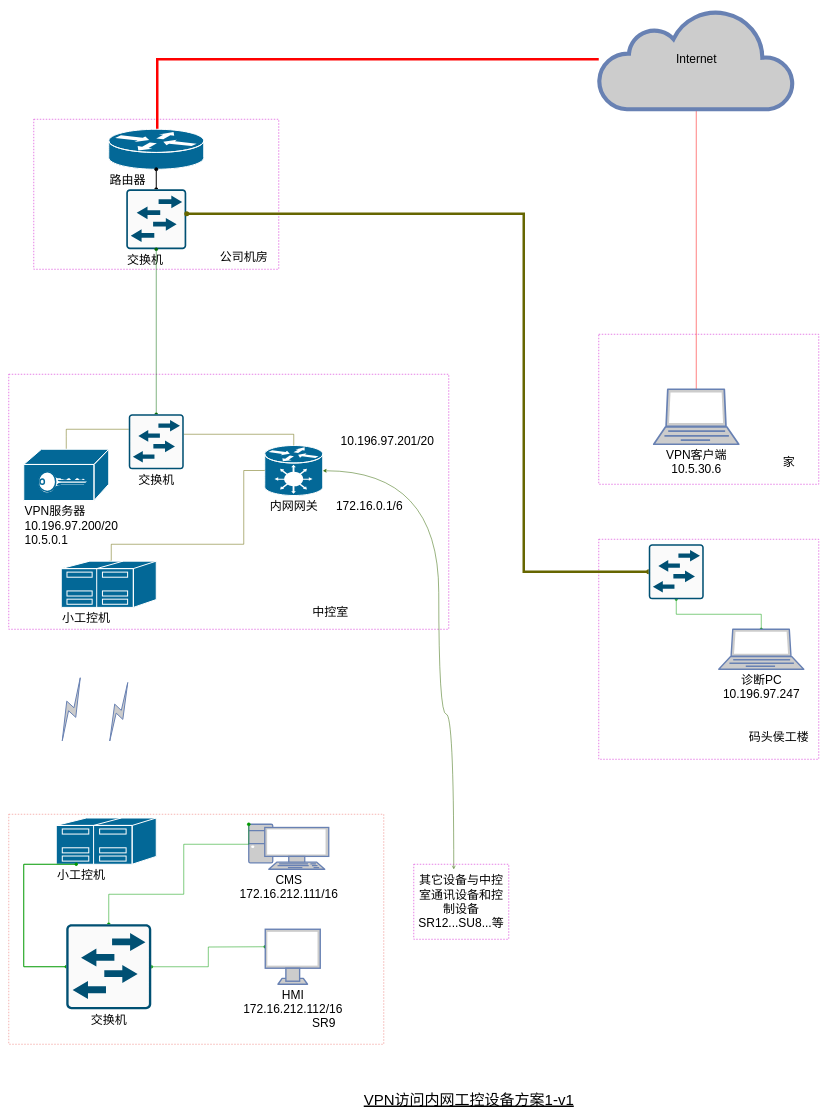
LockeJet/dopamineplz.github.io keeps this draw.io diagram as VPN访问内网工控设备方案1-v1.drawio. Above is the earlier version. Source tidied: cells renumbered, new cells numbered last; positions are measured from the earlier drawing's top-left corner, leaving out a move shared by most shapes. Both pictures are drawn from the tidied source at 50%, with x=0, y=0 at pixel (8, 9).
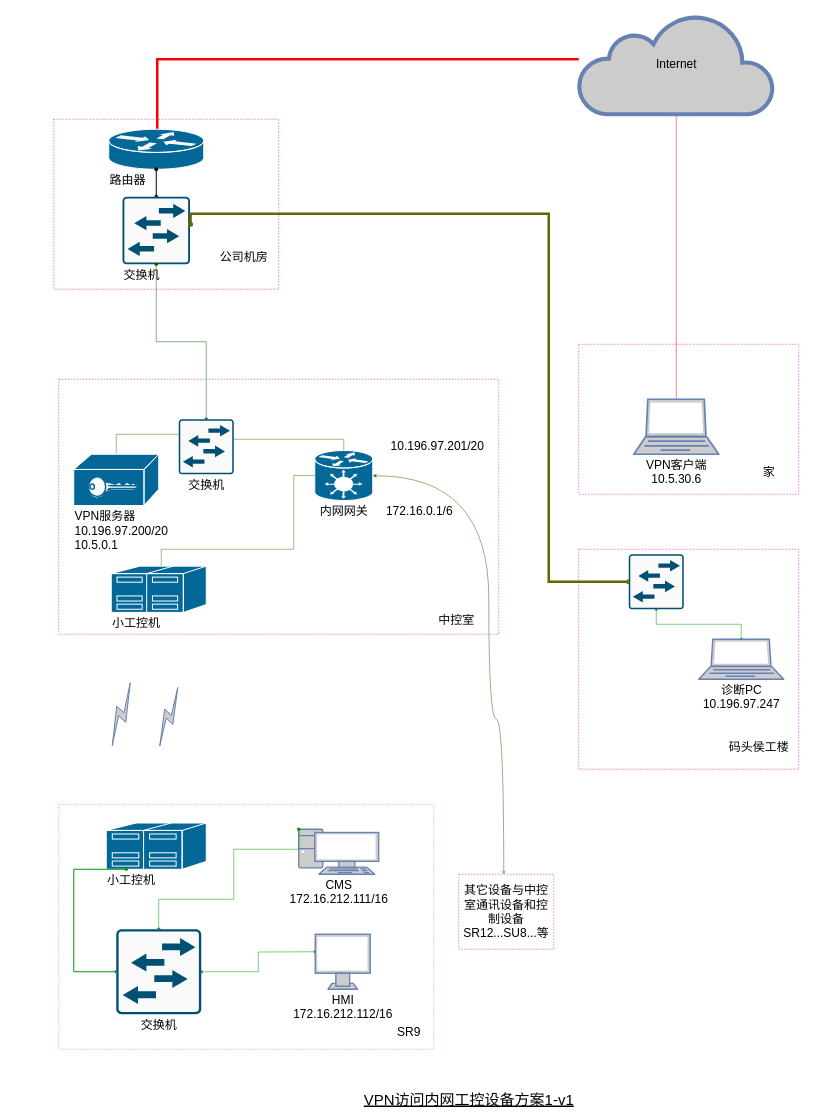
After the change.

Commit message (it also covers changes not shown here):
Update VPN访问内网工控设备方案1-v1.drawio

Diff of the diagram source:
```diff
@@
     <mxCell id="2" style="rounded=0;whiteSpace=wrap;html=1;fillColor=none;dashed=1;strokeColor=#CC00CC;fontSize=24;" parent="1" vertex="1">
-      <mxGeometry y="730" width="880" height="510" as="geometry" />
+      <mxGeometry x="100" y="740" width="880" height="510" as="geometry" />
     </mxCell>
     <mxCell id="3" style="rounded=0;whiteSpace=wrap;html=1;fillColor=none;dashed=1;strokeColor=#CC00CC;fontSize=24;" parent="1" vertex="1">
-      <mxGeometry x="50" y="220" width="490" height="300" as="geometry" />
+      <mxGeometry x="90" y="220" width="450" height="340" as="geometry" />
     </mxCell>
     <mxCell id="4" style="rounded=0;whiteSpace=wrap;html=1;fillColor=none;dashed=1;strokeColor=#CC00CC;fontSize=24;" parent="1" vertex="1">
-      <mxGeometry x="1180" y="1060" width="440" height="440" as="geometry" />
+      <mxGeometry x="1140" y="1080" width="440" height="440" as="geometry" />
     </mxCell>
     <mxCell id="5" style="rounded=0;whiteSpace=wrap;html=1;fillColor=none;dashed=1;fontSize=24;strokeColor=#EA6B66;" parent="1" vertex="1">
-      <mxGeometry y="1610" width="750" height="460" as="geometry" />
+      <mxGeometry x="100" y="1590" width="750" height="490" as="geometry" />
     </mxCell>
     <mxCell id="6" style="rounded=0;whiteSpace=wrap;html=1;fillColor=none;dashed=1;strokeColor=#CC00CC;fontSize=24;" parent="1" vertex="1">
-      <mxGeometry x="1180" y="650" width="440" height="300" as="geometry" />
+      <mxGeometry x="1140" y="670" width="440" height="300" as="geometry" />
     </mxCell>
@@
     <mxCell id="8" value="&lt;div style=&quot;font-size: 24px;&quot;&gt;&lt;font style=&quot;font-size: 24px;&quot;&gt;VPN客户端&lt;/font&gt;&lt;/div&gt;&lt;div style=&quot;font-size: 24px;&quot;&gt;&lt;font style=&quot;font-size: 24px;&quot;&gt;10.5.30.6&lt;br style=&quot;font-size: 24px;&quot;&gt;&lt;/font&gt;&lt;/div&gt;" style="verticalAlign=top;verticalLabelPosition=bottom;labelPosition=center;align=center;html=1;outlineConnect=0;fillColor=#CCCCCC;strokeColor=#6881B3;gradientColor=none;gradientDirection=north;strokeWidth=2;shape=mxgraph.networks.laptop;fontSize=24;" parent="1" vertex="1">
-      <mxGeometry x="1290" y="760" width="170" height="110" as="geometry" />
+      <mxGeometry x="1250" y="780" width="170" height="110" as="geometry" />
     </mxCell>
     <mxCell id="9" style="jettySize=auto;html=1;endArrow=classic;endFill=1;shadow=0;sketch=0;rounded=0;endSize=5;startSize=5;startArrow=open;startFill=0;strokeColor=#336600;fontSize=24;edgeStyle=orthogonalEdgeStyle;curved=1;strokeWidth=1;" parent="1" edge="1" target="11">
       <mxGeometry relative="1" as="geometry">
-        <mxPoint x="890" y="1720" as="sourcePoint" />
+        <mxPoint x="990" y="1730" as="sourcePoint" />
         <Array as="points">
-          <mxPoint x="860" y="1410" />
-          <mxPoint x="860" y="923" />
+          <mxPoint x="960" y="1420" />
+          <mxPoint x="960" y="933" />
         </Array>
       </mxGeometry>
     </mxCell>
     <mxCell id="10" value="&lt;font style=&quot;font-size: 24px;&quot;&gt;Internet&lt;/font&gt;" style="html=1;outlineConnect=0;fillColor=#CCCCCC;strokeColor=#6881B3;gradientColor=none;gradientDirection=north;strokeWidth=2;shape=mxgraph.networks.cloud;fontSize=24;" parent="1" vertex="1">
-      <mxGeometry x="1180" width="390" height="200" as="geometry" />
+      <mxGeometry x="1140" y="10" width="390" height="200" as="geometry" />
     </mxCell>
     <mxCell id="11" value="&lt;div align=&quot;center&quot;&gt;内网网关&lt;/div&gt;" style="shape=mxgraph.cisco.hubs_and_gateways.generic_gateway;html=1;dashed=0;fillColor=#036897;strokeColor=#ffffff;strokeWidth=2;verticalLabelPosition=bottom;verticalAlign=top;align=center;outlineConnect=0;fontSize=24;" parent="1" vertex="1">
-      <mxGeometry x="512" y="872.5" width="116" height="100" as="geometry" />
+      <mxGeometry x="612" y="882.5" width="116" height="100" as="geometry" />
     </mxCell>
     <mxCell id="12" style="edgeStyle=orthogonalEdgeStyle;rounded=0;sketch=0;jettySize=auto;html=1;exitX=0.5;exitY=0;exitDx=0;exitDy=0;exitPerimeter=0;shadow=0;startArrow=oval;startFill=1;startSize=0;endArrow=oval;endFill=1;endSize=0;fontFamily=Helvetica;fontSize=24;strokeColor=#666600;" parent="1" edge="1" source="13">
       <mxGeometry relative="1" as="geometry">
-        <mxPoint x="270" y="920" as="targetPoint" />
+        <mxPoint x="370" y="930" as="targetPoint" />
         <Array as="points">
-          <mxPoint x="115" y="854" />
-          <mxPoint x="115" y="840" />
-          <mxPoint x="270" y="840" />
+          <mxPoint x="215" y="864" />
+          <mxPoint x="215" y="850" />
+          <mxPoint x="370" y="850" />
         </Array>
       </mxGeometry>
     </mxCell>
     <mxCell id="13" value="&lt;div style=&quot;font-size: 24px;&quot; align=&quot;left&quot;&gt;VPN服务器&lt;/div&gt;&lt;div style=&quot;font-size: 24px;&quot; align=&quot;left&quot;&gt;10.196.97.200/20&lt;/div&gt;&lt;div style=&quot;font-size: 24px;&quot; align=&quot;left&quot;&gt;10.5.0.1&lt;br style=&quot;font-size: 24px;&quot;&gt;&lt;/div&gt;" style="shape=mxgraph.cisco.hubs_and_gateways.vpn_gateway;html=1;dashed=0;fillColor=#036897;strokeColor=#ffffff;strokeWidth=2;verticalLabelPosition=bottom;verticalAlign=top;align=left;outlineConnect=0;fontSize=24;" parent="1" vertex="1">
-      <mxGeometry x="30" y="880" width="170" height="102.5" as="geometry" />
+      <mxGeometry x="130" y="890" width="170" height="102.5" as="geometry" />
     </mxCell>
     <mxCell id="14" value="172.16.0.1/6" style="edgeLabel;html=1;align=center;verticalAlign=middle;fontSize=24;" parent="1" vertex="1">
-      <mxGeometry x="660" y="982.5" as="geometry">
+      <mxGeometry x="760" y="992.5" as="geometry">
         <mxPoint x="60" y="10" as="offset" />
       </mxGeometry>
     </mxCell>
     <mxCell id="15" value="10.196.97.201/20" style="text;html=1;align=center;verticalAlign=middle;fontFamily=Helvetica;fontSize=24;" parent="1" vertex="1">
-      <mxGeometry x="657" y="848.5" width="200" height="30" as="geometry" />
+      <mxGeometry x="757" y="858.5" width="200" height="30" as="geometry" />
     </mxCell>
     <mxCell id="16" style="edgeStyle=orthogonalEdgeStyle;rounded=0;sketch=0;jettySize=auto;html=1;exitX=0.5;exitY=0;exitDx=0;exitDy=0;exitPerimeter=0;shadow=0;startArrow=oval;startFill=1;startSize=0;endArrow=oval;endFill=1;endSize=0;fontSize=24;entryX=0;entryY=0.5;entryDx=0;entryDy=0;entryPerimeter=0;strokeColor=#666600;" parent="1" edge="1" source="18" target="11">
       <mxGeometry relative="1" as="geometry">
         <Array as="points">
-          <mxPoint x="205" y="1070" />
-          <mxPoint x="470" y="1070" />
-          <mxPoint x="470" y="923" />
+          <mxPoint x="305" y="1080" />
+          <mxPoint x="570" y="1080" />
+          <mxPoint x="570" y="933" />
         </Array>
       </mxGeometry>
     </mxCell>
     <mxCell id="17" value="小工控机" style="shape=mxgraph.cisco.servers.standard_host;html=1;dashed=0;fillColor=#036897;strokeColor=#ffffff;strokeWidth=2;verticalLabelPosition=bottom;verticalAlign=top;align=left;fontSize=24;" parent="1" vertex="1">
-      <mxGeometry x="95" y="1617.5" width="200" height="92.5" as="geometry" />
+      <mxGeometry x="195" y="1627.5" width="200" height="92.5" as="geometry" />
     </mxCell>
     <mxCell id="18" value="小工控机" style="shape=mxgraph.cisco.servers.standard_host;html=1;dashed=0;fillColor=#036897;strokeColor=#ffffff;strokeWidth=2;verticalLabelPosition=bottom;verticalAlign=top;align=left;outlineConnect=0;fontSize=24;" parent="1" vertex="1">
-      <mxGeometry x="105" y="1103.8" width="190" height="92.5" as="geometry" />
+      <mxGeometry x="205" y="1113.8" width="190" height="92.5" as="geometry" />
     </mxCell>
     <mxCell id="19" value="&lt;div style=&quot;font-size: 24px;&quot;&gt;CMS&lt;br style=&quot;font-size: 24px;&quot;&gt;&lt;/div&gt;&lt;div style=&quot;font-size: 24px;&quot;&gt;172.16.212.111/16&lt;br style=&quot;font-size: 24px;&quot;&gt;&lt;/div&gt;" style="verticalAlign=top;verticalLabelPosition=bottom;labelPosition=center;align=center;html=1;outlineConnect=0;fillColor=#CCCCCC;strokeColor=#6881B3;gradientColor=none;gradientDirection=north;strokeWidth=2;shape=mxgraph.networks.pc;fontSize=24;" parent="1" vertex="1">
-      <mxGeometry x="480" y="1630" width="160" height="90" as="geometry" />
+      <mxGeometry x="580" y="1640" width="160" height="90" as="geometry" />
     </mxCell>
     <mxCell id="20" style="edgeStyle=orthogonalEdgeStyle;rounded=0;sketch=0;jettySize=auto;html=1;entryX=0.5;entryY=0;entryDx=0;entryDy=0;entryPerimeter=0;shadow=0;startArrow=oval;startFill=1;startSize=0;endArrow=oval;endFill=1;endSize=0;fontFamily=Helvetica;fontSize=24;strokeColor=#666600;" parent="1" edge="1" target="11">
       <mxGeometry relative="1" as="geometry">
-        <mxPoint x="316" y="920" as="sourcePoint" />
+        <mxPoint x="416" y="930" as="sourcePoint" />
         <Array as="points">
-          <mxPoint x="316" y="850" />
-          <mxPoint x="570" y="850" />
+          <mxPoint x="416" y="860" />
+          <mxPoint x="670" y="860" />
         </Array>
       </mxGeometry>
     </mxCell>
@@
-    <mxCell id="25" value="&lt;div style=&quot;font-size: 24px;&quot; align=&quot;left&quot;&gt;交换机&lt;br style=&quot;font-size: 24px;&quot;&gt;&lt;/div&gt;" style="points=[[0.015,0.015,0],[0.985,0.015,0],[0.985,0.985,0],[0.015,0.985,0],[0.25,0,0],[0.5,0,0],[0.75,0,0],[1,0.25,0],[1,0.5,0],[1,0.75,0],[0.75,1,0],[0.5,1,0],[0.25,1,0],[0,0.75,0],[0,0.5,0],[0,0.25,0]];verticalLabelPosition=bottom;html=1;verticalAlign=top;align=left;shape=mxgraph.cisco19.rect;prIcon=l2_switch;fillColor=#FAFAFA;strokeColor=#005073;fontSize=24;" parent="1" vertex="1">
-      <mxGeometry x="235" y="360" width="120" height="120" as="geometry" />
+    <mxCell id="25" value="&lt;div style=&quot;font-size: 24px&quot; align=&quot;left&quot;&gt;交换机&lt;br style=&quot;font-size: 24px&quot;&gt;&lt;/div&gt;" style="points=[[0.015,0.015,0],[0.985,0.015,0],[0.985,0.985,0],[0.015,0.985,0],[0.25,0,0],[0.5,0,0],[0.75,0,0],[1,0.25,0],[1,0.5,0],[1,0.75,0],[0.75,1,0],[0.5,1,0],[0.25,1,0],[0,0.75,0],[0,0.5,0],[0,0.25,0]];verticalLabelPosition=bottom;html=1;verticalAlign=top;align=left;shape=mxgraph.cisco19.rect;prIcon=l2_switch;fillColor=#FAFAFA;strokeColor=#005073;fontSize=24;" parent="1" vertex="1">
+      <mxGeometry x="227.5" y="375" width="135" height="135" as="geometry" />
     </mxCell>
@@
     <mxCell id="27" value="交换机" style="points=[[0.015,0.015,0],[0.985,0.015,0],[0.985,0.985,0],[0.015,0.985,0],[0.25,0,0],[0.5,0,0],[0.75,0,0],[1,0.25,0],[1,0.5,0],[1,0.75,0],[0.75,1,0],[0.5,1,0],[0.25,1,0],[0,0.75,0],[0,0.5,0],[0,0.25,0]];verticalLabelPosition=bottom;html=1;verticalAlign=top;align=center;shape=mxgraph.cisco19.rect;prIcon=l2_switch;fillColor=#FAFAFA;strokeColor=#005073;fontSize=24;" parent="1" vertex="1">
-      <mxGeometry x="240" y="810" width="110" height="110" as="geometry" />
+      <mxGeometry x="340" y="820" width="110" height="110" as="geometry" />
     </mxCell>
@@
     <mxCell id="29" style="html=1;outlineConnect=0;fillColor=#CCCCCC;strokeColor=#6881B3;gradientColor=none;gradientDirection=north;strokeWidth=2;shape=mxgraph.networks.comm_link_edge;html=1;startArrow=oval;startFill=1;endArrow=oval;endFill=1;fontSize=24;" parent="1" edge="1">
       <mxGeometry relative="1" as="geometry">
-        <mxPoint x="200" y="1470" as="sourcePoint" />
-        <mxPoint x="240" y="1340" as="targetPoint" />
+        <mxPoint x="300" y="1480" as="sourcePoint" />
+        <mxPoint x="340" y="1350" as="targetPoint" />
       </mxGeometry>
     </mxCell>
     <mxCell id="30" style="html=1;outlineConnect=0;fillColor=#CCCCCC;strokeColor=#6881B3;gradientColor=none;gradientDirection=north;strokeWidth=2;shape=mxgraph.networks.comm_link_edge;html=1;startArrow=oval;startFill=1;endArrow=oval;endFill=1;fontSize=24;" parent="1" edge="1">
       <mxGeometry relative="1" as="geometry">
-        <mxPoint x="105" y="1470" as="sourcePoint" />
-        <mxPoint x="145" y="1330" as="targetPoint" />
+        <mxPoint x="205" y="1480" as="sourcePoint" />
+        <mxPoint x="245" y="1340" as="targetPoint" />
       </mxGeometry>
     </mxCell>
     <mxCell id="31" value="中控室" style="text;html=1;align=center;verticalAlign=middle;fontSize=24;" parent="1" vertex="1">
-      <mxGeometry x="598" y="1190" width="90" height="30" as="geometry" />
+      <mxGeometry x="850" y="1206.2" width="90" height="30" as="geometry" />
     </mxCell>
     <mxCell id="32" value="SR9" style="text;html=1;align=center;verticalAlign=middle;fontSize=24;" parent="1" vertex="1">
-      <mxGeometry x="600" y="2011.5" width="60" height="30" as="geometry" />
+      <mxGeometry x="770" y="2030" width="60" height="30" as="geometry" />
     </mxCell>
     <mxCell id="33" style="edgeStyle=orthogonalEdgeStyle;rounded=0;jettySize=auto;html=1;entryX=0;entryY=0;entryDx=0;entryDy=0;entryPerimeter=0;startArrow=oval;startFill=1;endArrow=oval;endFill=1;fontSize=24;strokeColor=#009900;" parent="1" edge="1" source="36" target="19">
       <mxGeometry relative="1" as="geometry">
         <Array as="points">
-          <mxPoint x="200" y="1770" />
-          <mxPoint x="350" y="1770" />
-          <mxPoint x="350" y="1670" />
-          <mxPoint x="480" y="1670" />
+          <mxPoint x="300" y="1780" />
+          <mxPoint x="450" y="1780" />
+          <mxPoint x="450" y="1680" />
+          <mxPoint x="580" y="1680" />
         </Array>
       </mxGeometry>
     </mxCell>
     <mxCell id="34" style="edgeStyle=orthogonalEdgeStyle;rounded=0;jettySize=auto;html=1;startArrow=oval;startFill=1;endArrow=oval;endFill=1;fontSize=24;strokeColor=#009900;" parent="1" edge="1" source="36">
       <mxGeometry relative="1" as="geometry">
-        <mxPoint x="513.1" y="1875" as="targetPoint" />
+        <mxPoint x="613.1" y="1885" as="targetPoint" />
       </mxGeometry>
     </mxCell>
     <mxCell id="35" style="edgeStyle=orthogonalEdgeStyle;rounded=0;jettySize=auto;html=1;startArrow=oval;startFill=1;startSize=5;endArrow=oval;endFill=1;endSize=5;strokeWidth=2;fontSize=24;strokeColor=#009900;" parent="1" edge="1" source="36">
       <mxGeometry relative="1" as="geometry">
-        <mxPoint x="135" y="1710" as="targetPoint" />
+        <mxPoint x="235" y="1720" as="targetPoint" />
         <Array as="points">
-          <mxPoint x="30" y="1915" />
-          <mxPoint x="30" y="1710" />
+          <mxPoint x="130" y="1925" />
+          <mxPoint x="130" y="1720" />
         </Array>
       </mxGeometry>
     </mxCell>
     <mxCell id="36" value="交换机" style="points=[[0.015,0.015,0],[0.985,0.015,0],[0.985,0.985,0],[0.015,0.985,0],[0.25,0,0],[0.5,0,0],[0.75,0,0],[1,0.25,0],[1,0.5,0],[1,0.75,0],[0.75,1,0],[0.5,1,0],[0.25,1,0],[0,0.75,0],[0,0.5,0],[0,0.25,0]];verticalLabelPosition=bottom;html=1;verticalAlign=top;align=center;shape=mxgraph.cisco19.rect;prIcon=l2_switch;fillColor=#FAFAFA;strokeColor=#005073;dashed=1;fontSize=24;" parent="1" vertex="1">
-      <mxGeometry x="115" y="1830" width="170" height="170" as="geometry" />
+      <mxGeometry x="215" y="1840" width="170" height="170" as="geometry" />
     </mxCell>
     <mxCell id="37" value="&lt;div style=&quot;font-size: 24px;&quot;&gt;HMI&lt;/div&gt;&lt;div style=&quot;font-size: 24px;&quot;&gt;172.16.212.112/16&lt;br style=&quot;font-size: 24px;&quot;&gt;&lt;/div&gt;" style="verticalAlign=top;verticalLabelPosition=bottom;labelPosition=center;align=center;html=1;fillColor=#CCCCCC;strokeColor=#6881B3;gradientColor=none;gradientDirection=north;strokeWidth=2;shape=mxgraph.networks.monitor;fontSize=24;" parent="1" vertex="1">
-      <mxGeometry x="513" y="1840" width="110" height="110" as="geometry" />
+      <mxGeometry x="613" y="1850" width="110" height="110" as="geometry" />
     </mxCell>
     <mxCell id="38" value="&lt;div style=&quot;font-size: 24px;&quot;&gt;其它设备与中控室通讯设备和控制设备&lt;/div&gt;&lt;div style=&quot;font-size: 24px;&quot;&gt;SR12...SU8...等&lt;br style=&quot;font-size: 24px;&quot;&gt;&lt;/div&gt;" style="whiteSpace=wrap;html=1;dashed=1;strokeColor=#CC00CC;fillColor=none;fontSize=24;" parent="1" vertex="1">
-      <mxGeometry x="810" y="1710" width="190" height="150" as="geometry" />
+      <mxGeometry x="900" y="1730" width="190" height="150" as="geometry" />
     </mxCell>
     <mxCell id="39" value="家" style="text;html=1;align=center;verticalAlign=middle;fontSize=24;" parent="1" vertex="1">
-      <mxGeometry x="1540" y="890" width="40" height="30" as="geometry" />
+      <mxGeometry x="1500" y="910" width="40" height="30" as="geometry" />
     </mxCell>
     <mxCell id="40" style="rounded=0;jettySize=auto;html=1;exitX=0;exitY=0.5;exitDx=0;exitDy=0;exitPerimeter=0;startArrow=oval;startFill=1;startSize=5;endArrow=oval;endFill=1;endSize=5;strokeWidth=5;fontSize=24;edgeStyle=orthogonalEdgeStyle;strokeColor=#666600;entryX=1.008;entryY=0.408;entryDx=0;entryDy=0;entryPerimeter=0;" parent="1" edge="1" source="42" target="25">
       <mxGeometry relative="1" as="geometry">
         <Array as="points">
-          <mxPoint x="1030" y="1125" />
-          <mxPoint x="1030" y="409" />
+          <mxPoint x="1080" y="1145" />
+          <mxPoint x="1080" y="409" />
         </Array>
       </mxGeometry>
     </mxCell>
@@
     <mxCell id="42" style="points=[[0.015,0.015,0],[0.985,0.015,0],[0.985,0.985,0],[0.015,0.985,0],[0.25,0,0],[0.5,0,0],[0.75,0,0],[1,0.25,0],[1,0.5,0],[1,0.75,0],[0.75,1,0],[0.5,1,0],[0.25,1,0],[0,0.75,0],[0,0.5,0],[0,0.25,0]];verticalLabelPosition=bottom;html=1;verticalAlign=top;align=center;shape=mxgraph.cisco19.rect;prIcon=l2_switch;fillColor=#FAFAFA;strokeColor=#005073;fontSize=24;" parent="1" vertex="1">
-      <mxGeometry x="1280" y="1070" width="110" height="110" as="geometry" />
+      <mxGeometry x="1240" y="1090" width="110" height="110" as="geometry" />
     </mxCell>
     <mxCell id="43" value="&lt;div style=&quot;font-size: 24px;&quot;&gt;诊断PC&lt;/div&gt;&lt;div style=&quot;font-size: 24px;&quot;&gt;10.196.97.247&lt;br style=&quot;font-size: 24px;&quot;&gt;&lt;/div&gt;" style="verticalAlign=top;verticalLabelPosition=bottom;labelPosition=center;align=center;html=1;outlineConnect=0;fillColor=#CCCCCC;strokeColor=#6881B3;gradientColor=none;gradientDirection=north;strokeWidth=2;shape=mxgraph.networks.laptop;fontSize=24;" parent="1" vertex="1">
-      <mxGeometry x="1420" y="1240" width="170" height="80" as="geometry" />
+      <mxGeometry x="1380" y="1260" width="170" height="80" as="geometry" />
     </mxCell>
     <mxCell id="44" value="码头侯工楼" style="text;html=1;align=center;verticalAlign=middle;fontSize=24;" parent="1" vertex="1">
-      <mxGeometry x="1470" y="1440" width="140" height="30" as="geometry" />
+      <mxGeometry x="1430" y="1460" width="140" height="30" as="geometry" />
     </mxCell>
```
